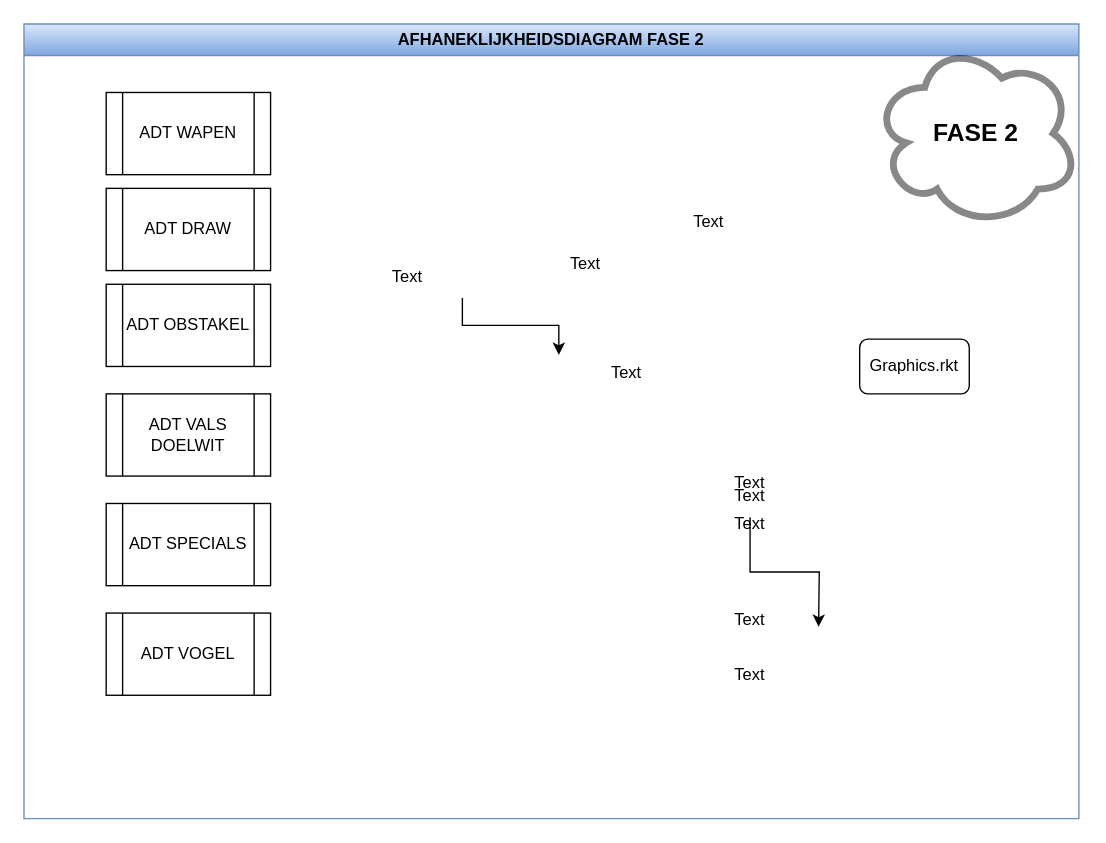
Before: page "Pagina-1" (1 of 2) of Diagram zonder titel.drawio in RuneSerruys/RuneSerruys, a draw.io diagram. Source tidied: cells renumbered, new cells numbered last; positions are measured from the earlier drawing's top-left corner, leaving out a move shared by most shapes. Both pictures are drawn from the tidied source at 137%, with x=0, y=0 at pixel (23, 23).
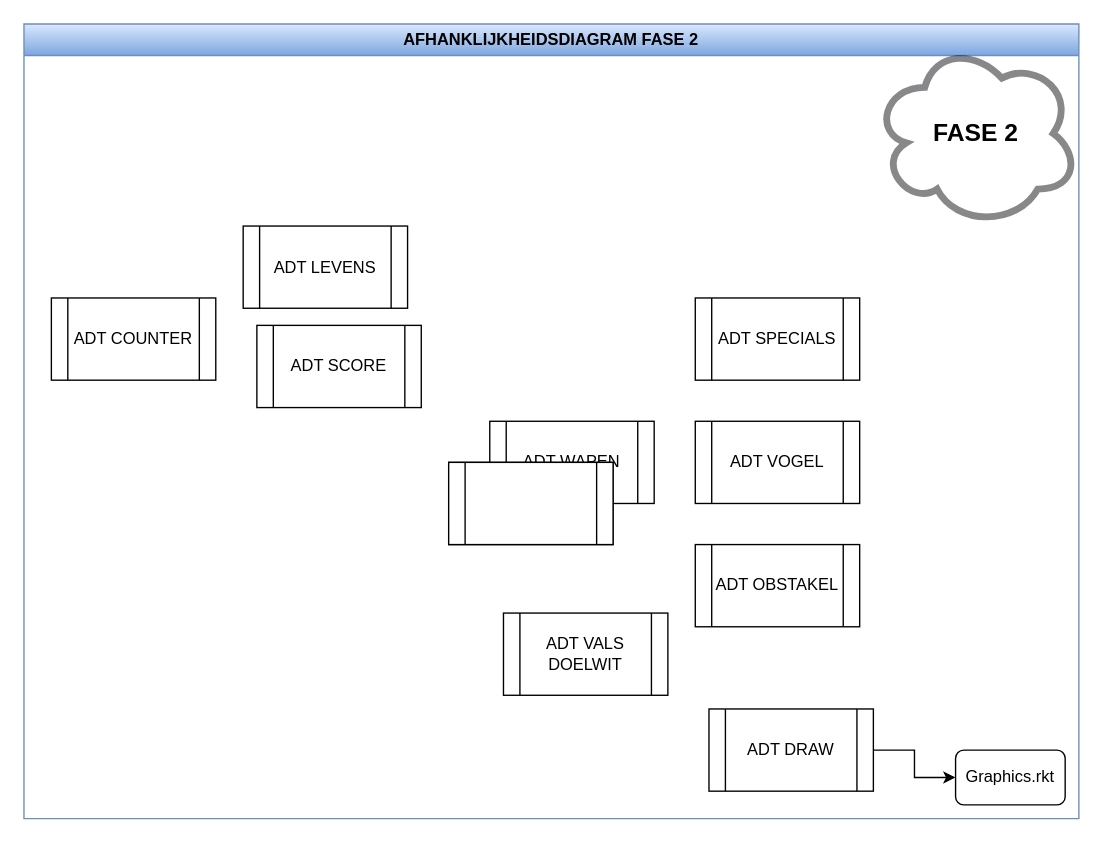
The same diagram, later.

What changed in the source:
```diff
@@
-    <mxCell id="2" value="AFHANEKLIJKHEIDSDIAGRAM FASE 2" style="swimlane;whiteSpace=wrap;html=1;fillColor=#dae8fc;strokeColor=#6c8ebf;gradientColor=#7ea6e0;" parent="1" vertex="1">
+    <mxCell id="2" value="AFHANKLIJKHEIDSDIAGRAM FASE 2" style="swimlane;whiteSpace=wrap;html=1;fillColor=#dae8fc;strokeColor=#6c8ebf;gradientColor=#7ea6e0;" parent="1" vertex="1">
       <mxGeometry width="770" height="580" as="geometry" />
     </mxCell>
-    <mxCell id="3" value="Text" style="text;html=1;strokeColor=none;fillColor=none;align=center;verticalAlign=middle;whiteSpace=wrap;rounded=0;" parent="2" vertex="1">
-      <mxGeometry x="420" y="130" width="160" height="30" as="geometry" />
-    </mxCell>
-    <mxCell id="4" value="Text" style="text;html=1;strokeColor=none;fillColor=none;align=center;verticalAlign=middle;whiteSpace=wrap;rounded=0;" parent="2" vertex="1">
-      <mxGeometry x="360" y="240" width="160" height="30" as="geometry" />
-    </mxCell>
-    <mxCell id="5" value="Text" style="text;html=1;strokeColor=none;fillColor=none;align=center;verticalAlign=middle;whiteSpace=wrap;rounded=0;" parent="2" vertex="1">
-      <mxGeometry x="450" y="460" width="160" height="30" as="geometry" />
-    </mxCell>
-    <mxCell id="6" value="Text" style="text;html=1;strokeColor=none;fillColor=none;align=center;verticalAlign=middle;whiteSpace=wrap;rounded=0;" parent="2" vertex="1">
-      <mxGeometry x="200" y="170" width="160" height="30" as="geometry" />
-    </mxCell>
-    <mxCell id="7" style="edgeStyle=orthogonalEdgeStyle;rounded=0;jettySize=auto;html=1;exitX=0.5;exitY=1;exitDx=0;exitDy=0;" parent="2" edge="1" source="8">
-      <mxGeometry relative="1" as="geometry">
-        <mxPoint x="580" y="440" as="targetPoint" />
-      </mxGeometry>
-    </mxCell>
-    <mxCell id="8" value="Text" style="text;html=1;strokeColor=none;fillColor=none;align=center;verticalAlign=middle;whiteSpace=wrap;rounded=0;" parent="2" vertex="1">
-      <mxGeometry x="450" y="330" width="160" height="30" as="geometry" />
-    </mxCell>
-    <mxCell id="9" value="Text" style="text;html=1;strokeColor=none;fillColor=none;align=center;verticalAlign=middle;whiteSpace=wrap;rounded=0;" parent="2" vertex="1">
-      <mxGeometry x="330" y="160" width="160" height="30" as="geometry" />
-    </mxCell>
-    <mxCell id="10" style="edgeStyle=orthogonalEdgeStyle;rounded=0;jettySize=auto;html=1;exitX=0.75;exitY=1;exitDx=0;exitDy=0;entryX=0.19;entryY=0.053;entryDx=0;entryDy=0;entryPerimeter=0;" parent="2" edge="1" source="6" target="4">
-      <mxGeometry relative="1" as="geometry" />
-    </mxCell>
     <mxCell id="11" value="ADT WAPEN" style="shape=process;whiteSpace=wrap;html=1;backgroundOutline=1;" parent="2" vertex="1">
-      <mxGeometry x="60" y="50" width="120" height="60" as="geometry" />
+      <mxGeometry x="340" y="290" width="120" height="60" as="geometry" />
     </mxCell>
+    <mxCell id="22" style="edgeStyle=orthogonalEdgeStyle;rounded=0;jettySize=auto;html=1;exitX=1;exitY=0.5;exitDx=0;exitDy=0;entryX=0;entryY=0.5;entryDx=0;entryDy=0;" parent="2" edge="1" source="12" target="13">
+      <mxGeometry relative="1" as="geometry" />
+    </mxCell>
     <mxCell id="12" value="ADT DRAW" style="shape=process;whiteSpace=wrap;html=1;backgroundOutline=1;" parent="2" vertex="1">
-      <mxGeometry x="60" y="120" width="120" height="60" as="geometry" />
+      <mxGeometry x="500" y="500" width="120" height="60" as="geometry" />
     </mxCell>
     <mxCell id="13" value="Graphics.rkt" style="rounded=1;whiteSpace=wrap;html=1;" parent="2" vertex="1">
-      <mxGeometry x="610" y="230" width="80" height="40" as="geometry" />
+      <mxGeometry x="680" y="530" width="80" height="40" as="geometry" />
     </mxCell>
-    <mxCell id="14" value="Text" style="text;html=1;strokeColor=none;fillColor=none;align=center;verticalAlign=middle;whiteSpace=wrap;rounded=0;" parent="2" vertex="1">
-      <mxGeometry x="495" y="410" width="70" height="50" as="geometry" />
-    </mxCell>
     <mxCell id="15" value="ADT VALS DOELWIT" style="shape=process;whiteSpace=wrap;html=1;backgroundOutline=1;" parent="2" vertex="1">
-      <mxGeometry x="60" y="270" width="120" height="60" as="geometry" />
+      <mxGeometry x="350" y="430" width="120" height="60" as="geometry" />
     </mxCell>
     <mxCell id="16" value="ADT SPECIALS" style="shape=process;whiteSpace=wrap;html=1;backgroundOutline=1;" parent="2" vertex="1">
-      <mxGeometry x="60" y="350" width="120" height="60" as="geometry" />
+      <mxGeometry x="490" y="200" width="120" height="60" as="geometry" />
     </mxCell>
@@
     <mxCell id="18" value="ADT VOGEL" style="shape=process;whiteSpace=wrap;html=1;backgroundOutline=1;" parent="2" vertex="1">
-      <mxGeometry x="60" y="430" width="120" height="60" as="geometry" />
+      <mxGeometry x="490" y="290" width="120" height="60" as="geometry" />
     </mxCell>
-    <mxCell id="19" value="Text" style="text;html=1;strokeColor=none;fillColor=none;align=center;verticalAlign=middle;whiteSpace=wrap;rounded=0;" parent="2" vertex="1">
-      <mxGeometry x="450" y="350" width="160" height="30" as="geometry" />
-    </mxCell>
-    <mxCell id="20" value="Text" style="text;html=1;strokeColor=none;fillColor=none;align=center;verticalAlign=middle;whiteSpace=wrap;rounded=0;" parent="2" vertex="1">
-      <mxGeometry x="450" y="320" width="160" height="30" as="geometry" />
-    </mxCell>
-    <mxCell id="21" value="ADT OBSTAKEL" style="shape=process;whiteSpace=wrap;html=1;backgroundOutline=1;" parent="1" vertex="1">
-      <mxGeometry x="60" y="190" width="120" height="60" as="geometry" />
+    <mxCell id="21" value="ADT OBSTAKEL" style="shape=process;whiteSpace=wrap;html=1;backgroundOutline=1;" parent="2" vertex="1">
+      <mxGeometry x="490" y="380" width="120" height="60" as="geometry" />
     </mxCell>
+    <mxCell id="23" value="ADT COUNTER" style="shape=process;whiteSpace=wrap;html=1;backgroundOutline=1;" parent="2" vertex="1">
+      <mxGeometry x="20" y="200" width="120" height="60" as="geometry" />
+    </mxCell>
+    <mxCell id="24" value="ADT LEVENS" style="shape=process;whiteSpace=wrap;html=1;backgroundOutline=1;" parent="2" vertex="1">
+      <mxGeometry x="160" y="147.5" width="120" height="60" as="geometry" />
+    </mxCell>
+    <mxCell id="25" value="ADT SCORE" style="shape=process;whiteSpace=wrap;html=1;backgroundOutline=1;" parent="2" vertex="1">
+      <mxGeometry x="170" y="220" width="120" height="60" as="geometry" />
+    </mxCell>
+    <mxCell id="26" style="shape=process;whiteSpace=wrap;html=1;backgroundOutline=1;" parent="1" vertex="1">
+      <mxGeometry x="310" y="320" width="120" height="60" as="geometry" />
+    </mxCell>
+    <mxCell id="27" style="shape=process;whiteSpace=wrap;html=1;backgroundOutline=1;" parent="1" vertex="1">
+      <mxGeometry x="310" y="320" width="120" height="60" as="geometry" />
+    </mxCell>
```
